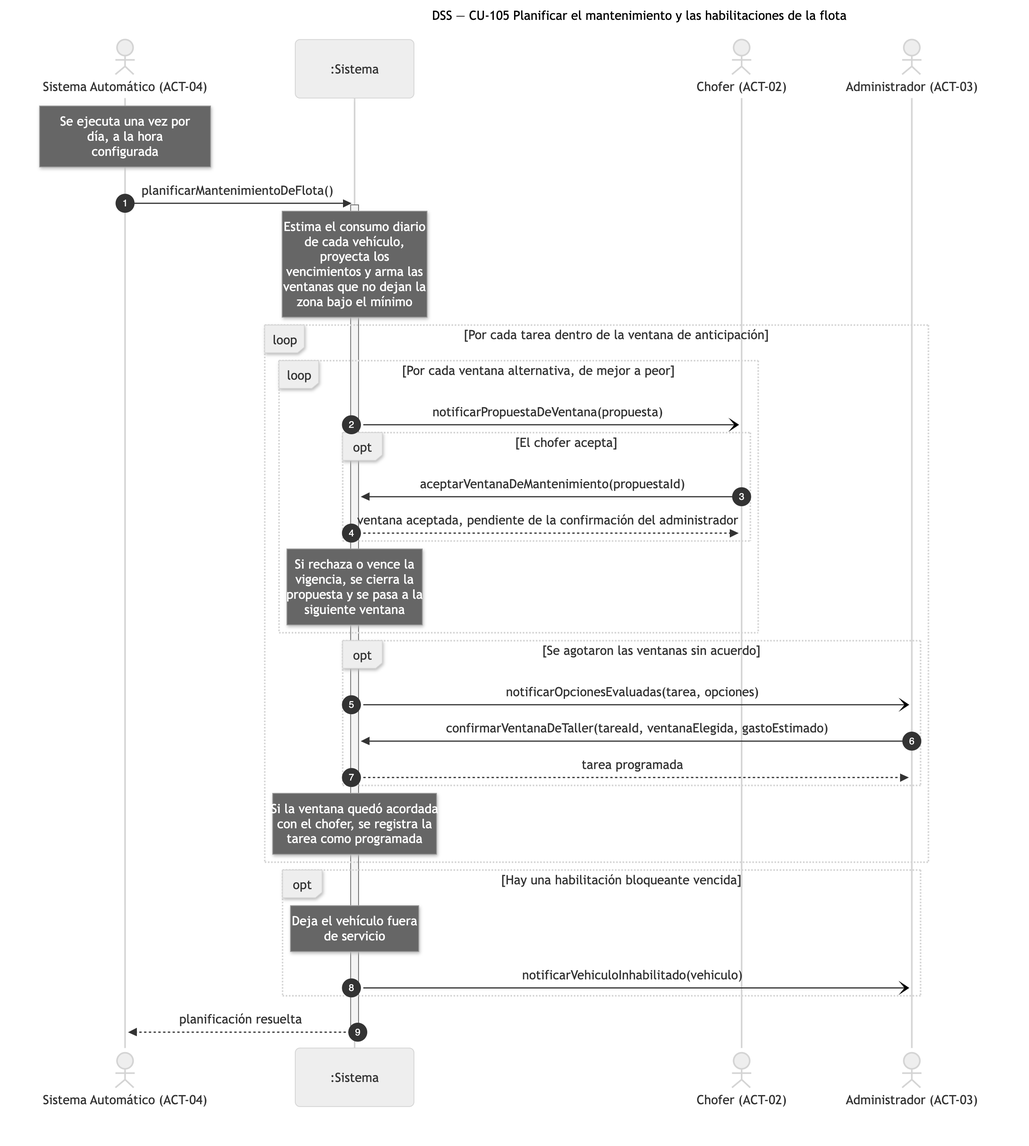
Before: diagramas/png/DSS_CU-105_Planificar-El-Mantenimiento-Y-Las-Habilitaciones-De-La-Flota.png, a diagram exported from Mermaid (Nahuelito-Dev/splg-docs). Its source is kept beside it as diagramas/DSS_CU-105_Planificar-El-Mantenimiento-Y-Las-Habilitaciones-De-La-Flota.mmd.
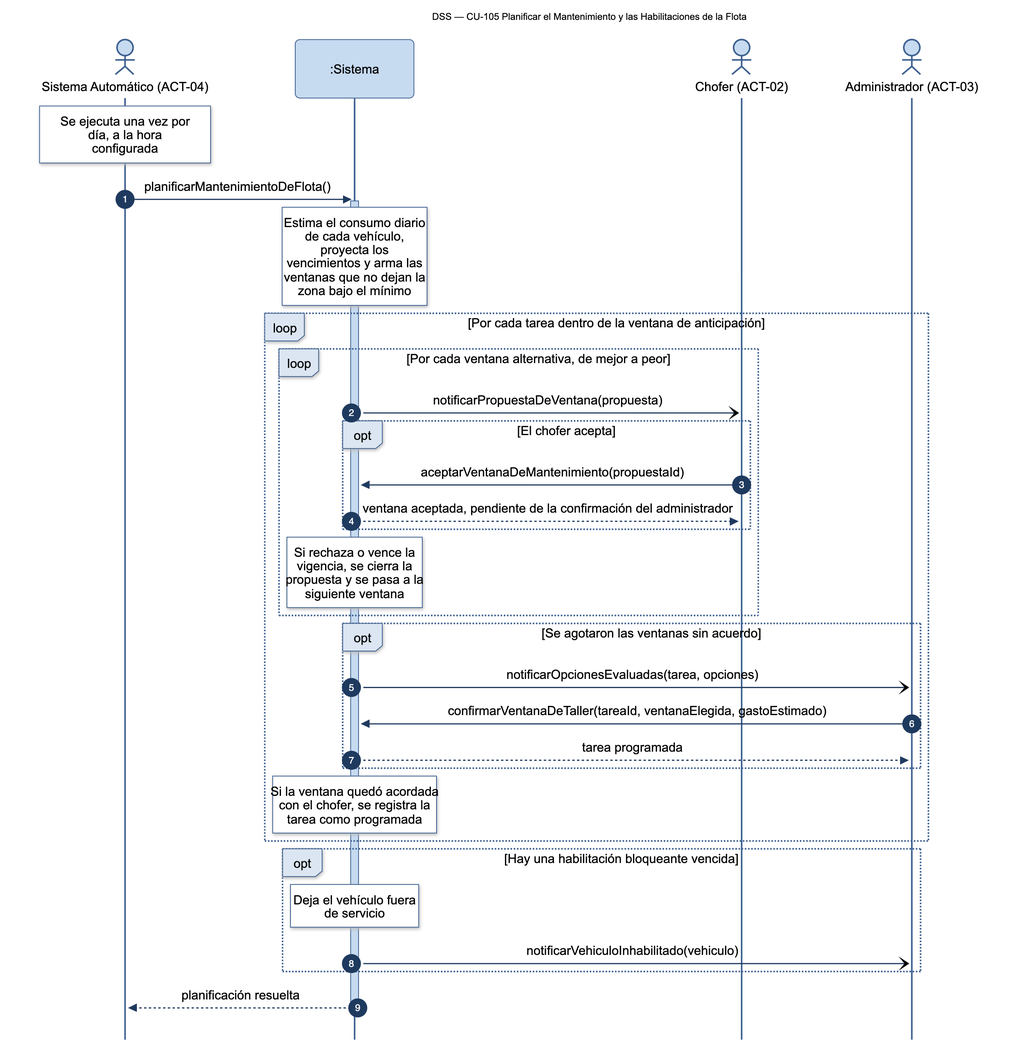
The same diagram one commit later.

Change to the diagram source:
```diff
@@ -1,5 +1,5 @@
 sequenceDiagram
-    title DSS — CU-105 Planificar el mantenimiento y las habilitaciones de la flota
+    title DSS — CU-105 Planificar el Mantenimiento y las Habilitaciones de la Flota
     autonumber
     actor SAU as Sistema Automático (ACT-04)
     participant SIS as :Sistema
```
